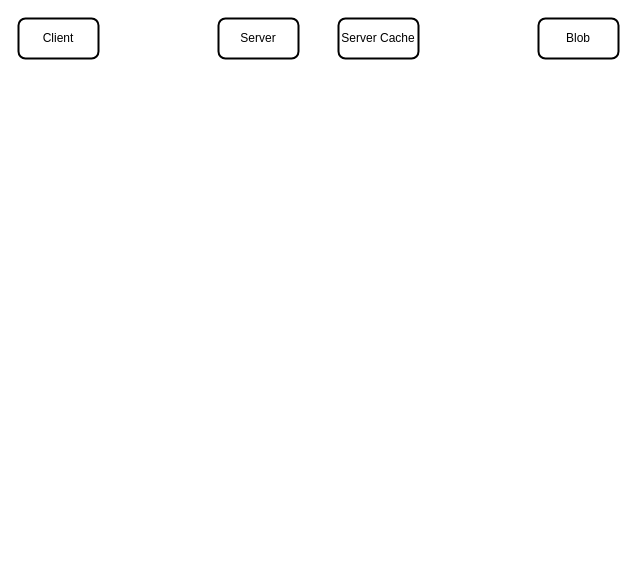
macglencoe/diagrams keeps this draw.io diagram as feature-flags-flow.drawio. Above is the earlier version. Source tidied: cells renumbered, new cells numbered last; positions are measured from the earlier drawing's top-left corner, leaving out a move shared by most shapes. Both pictures are drawn from the tidied source at 100%, with x=0, y=0 at pixel (18, 18).
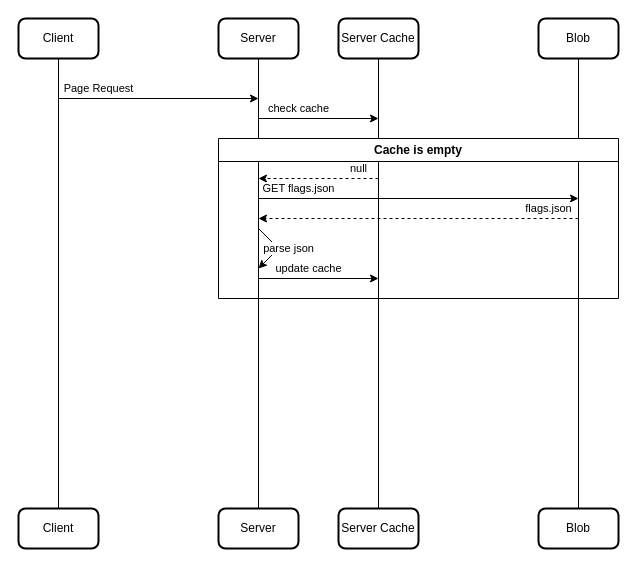
The same page after the edit.

The change refers to these unchanged cells:
```xml
<mxCell id="2" value="Client" style="rounded=1;whiteSpace=wrap;html=1;absoluteArcSize=1;arcSize=14;strokeWidth=2;" parent="1" vertex="1">
  <mxGeometry width="80" height="40" as="geometry" />
</mxCell>
<mxCell id="3" value="Server" style="rounded=1;whiteSpace=wrap;html=1;absoluteArcSize=1;arcSize=14;strokeWidth=2;" parent="1" vertex="1">
  <mxGeometry x="200" width="80" height="40" as="geometry" />
</mxCell>
<mxCell id="4" value="Server Cache" style="rounded=1;whiteSpace=wrap;html=1;absoluteArcSize=1;arcSize=14;strokeWidth=2;" parent="1" vertex="1">
  <mxGeometry x="320" width="80" height="40" as="geometry" />
</mxCell>
<mxCell id="5" value="Blob" style="rounded=1;whiteSpace=wrap;html=1;absoluteArcSize=1;arcSize=14;strokeWidth=2;" parent="1" vertex="1">
  <mxGeometry x="520" width="80" height="40" as="geometry" />
</mxCell>
```

Diff of the diagram source:
```diff
@@
+    <mxCell id="6" style="edgeStyle=orthogonalEdgeStyle;rounded=0;jettySize=auto;html=1;entryX=0.5;entryY=0;entryDx=0;entryDy=0;endArrow=none;endFill=0;" parent="1" edge="1" source="2" target="10">
+      <mxGeometry relative="1" as="geometry" />
+    </mxCell>
@@
+    <mxCell id="7" style="edgeStyle=orthogonalEdgeStyle;rounded=0;jettySize=auto;html=1;endArrow=none;endFill=0;" parent="1" edge="1" source="3" target="11">
+      <mxGeometry relative="1" as="geometry" />
+    </mxCell>
@@
+    <mxCell id="8" style="edgeStyle=orthogonalEdgeStyle;rounded=0;jettySize=auto;html=1;endArrow=none;endFill=0;" parent="1" edge="1" source="4" target="12">
+      <mxGeometry relative="1" as="geometry" />
+    </mxCell>
@@
+    <mxCell id="9" style="edgeStyle=orthogonalEdgeStyle;rounded=0;jettySize=auto;html=1;endArrow=none;endFill=0;" parent="1" edge="1" source="5" target="13">
+      <mxGeometry relative="1" as="geometry" />
+    </mxCell>
@@
+    <mxCell id="10" value="Client" style="rounded=1;whiteSpace=wrap;html=1;absoluteArcSize=1;arcSize=14;strokeWidth=2;" parent="1" vertex="1">
+      <mxGeometry y="490" width="80" height="40" as="geometry" />
+    </mxCell>
+    <mxCell id="11" value="Server" style="rounded=1;whiteSpace=wrap;html=1;absoluteArcSize=1;arcSize=14;strokeWidth=2;" parent="1" vertex="1">
+      <mxGeometry x="200" y="490" width="80" height="40" as="geometry" />
+    </mxCell>
+    <mxCell id="12" value="Server Cache" style="rounded=1;whiteSpace=wrap;html=1;absoluteArcSize=1;arcSize=14;strokeWidth=2;" parent="1" vertex="1">
+      <mxGeometry x="320" y="490" width="80" height="40" as="geometry" />
+    </mxCell>
+    <mxCell id="13" value="Blob" style="rounded=1;whiteSpace=wrap;html=1;absoluteArcSize=1;arcSize=14;strokeWidth=2;" parent="1" vertex="1">
+      <mxGeometry x="520" y="490" width="80" height="40" as="geometry" />
+    </mxCell>
+    <mxCell id="14" value="Page Request" style="endArrow=classic;html=1;rounded=0;" parent="1" edge="1">
+      <mxGeometry x="-0.6" y="10" relative="1" as="geometry">
+        <mxPoint x="40" y="80" as="sourcePoint" />
+        <mxPoint x="240" y="80" as="targetPoint" />
+      </mxGeometry>
+    </mxCell>
+    <mxCell id="15" value="check cache" style="endArrow=classic;html=1;rounded=0;" parent="1" edge="1">
+      <mxGeometry x="-0.33" y="10" relative="1" as="geometry">
+        <mxPoint x="240" y="100" as="sourcePoint" />
+        <mxPoint x="360" y="100" as="targetPoint" />
+      </mxGeometry>
+    </mxCell>
+    <mxCell id="16" value="Cache is empty" style="swimlane;whiteSpace=wrap;html=1;" parent="1" vertex="1">
+      <mxGeometry x="200" y="120" width="400" height="160" as="geometry" />
+    </mxCell>
+    <mxCell id="17" value="null" style="endArrow=classic;html=1;rounded=0;dashed=1;" parent="1" edge="1">
+      <mxGeometry x="-0.67" y="-10" relative="1" as="geometry">
+        <mxPoint x="360" y="160" as="sourcePoint" />
+        <mxPoint x="240" y="160" as="targetPoint" />
+      </mxGeometry>
+    </mxCell>
+    <mxCell id="18" value="GET flags.json" style="endArrow=classic;html=1;rounded=0;" parent="1" edge="1">
+      <mxGeometry x="-0.75" y="10" relative="1" as="geometry">
+        <mxPoint x="240" y="180" as="sourcePoint" />
+        <mxPoint x="560" y="180" as="targetPoint" />
+      </mxGeometry>
+    </mxCell>
+    <mxCell id="19" value="flags.json" style="endArrow=classic;html=1;rounded=0;dashed=1;" parent="1" edge="1">
+      <mxGeometry x="-0.81" y="-10" relative="1" as="geometry">
+        <mxPoint x="560" y="200" as="sourcePoint" />
+        <mxPoint x="240" y="200" as="targetPoint" />
+      </mxGeometry>
+    </mxCell>
+    <mxCell id="20" value="parse json" style="endArrow=classic;html=1;rounded=0;" parent="1" edge="1">
+      <mxGeometry y="10" relative="1" as="geometry">
+        <mxPoint x="240" y="210" as="sourcePoint" />
+        <mxPoint x="240" y="250" as="targetPoint" />
+        <Array as="points">
+          <mxPoint x="260" y="230" />
+        </Array>
+        <mxPoint x="3" y="-7" as="offset" />
+      </mxGeometry>
+    </mxCell>
+    <mxCell id="21" value="update cache" style="endArrow=classic;html=1;rounded=0;" parent="1" edge="1">
+      <mxGeometry x="-0.17" y="10" relative="1" as="geometry">
+        <mxPoint x="240" y="260" as="sourcePoint" />
+        <mxPoint x="360" y="260" as="targetPoint" />
+      </mxGeometry>
+    </mxCell>
```
